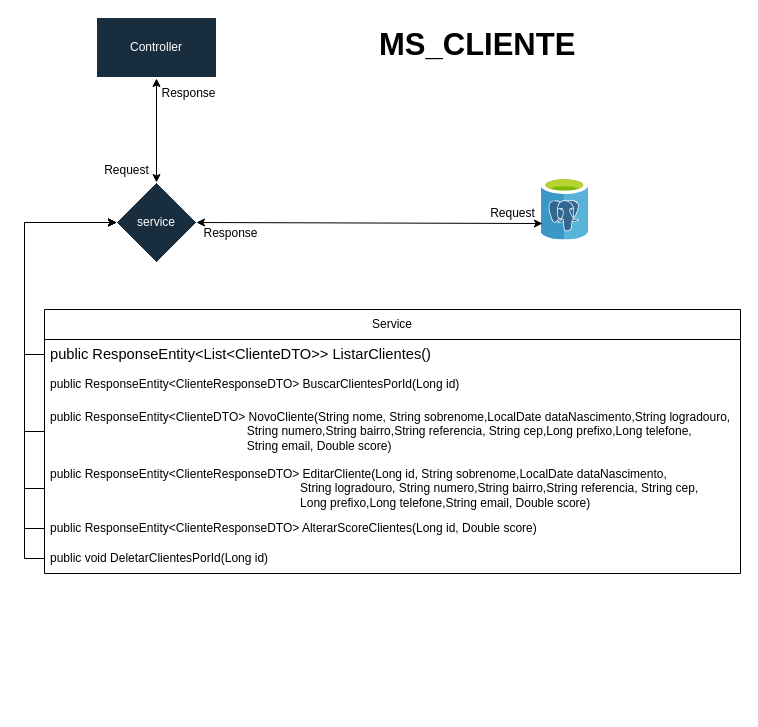
Before: page "Diagrama de funcionamento Ms_Cliente" (4 of 6) of Doc/Diagrama de Funcionamento.drawio in marcelquin/new-Backend-project-Services-FullStack, a draw.io diagram. Source tidied: cells renumbered, new cells numbered last; positions are measured from the earlier drawing's top-left corner, leaving out a move shared by most shapes. Both pictures are drawn from the tidied source at 100%, with x=0, y=0 at pixel (44, 17).
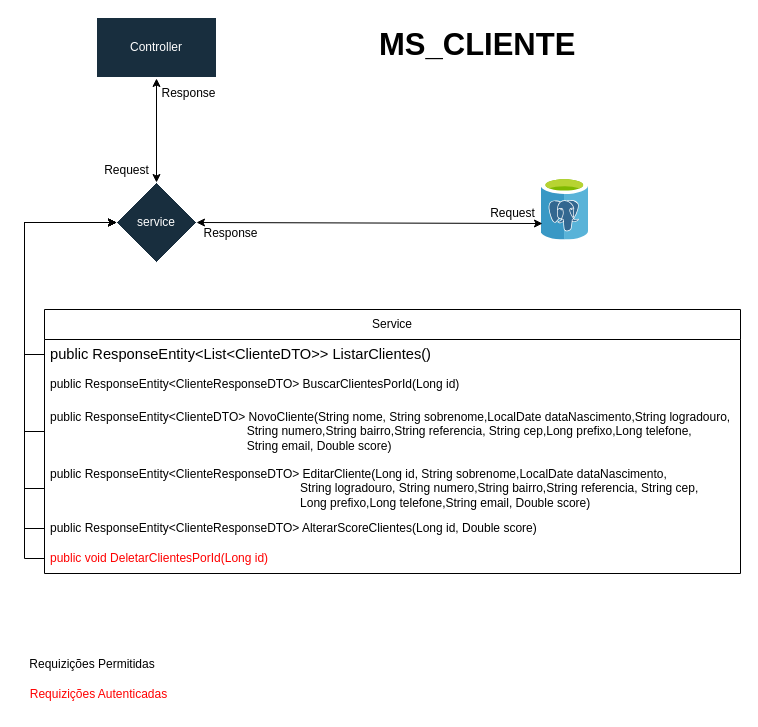
The same page after the edit.

Unchanged cells that the change refers to:
```xml
<mxCell id="6" value="Service" style="swimlane;fontStyle=0;horizontal=1;startSize=30;whiteSpace=wrap;html=1;" parent="1" vertex="1">
  <mxGeometry y="292" width="696" height="264" as="geometry" />
</mxCell>
```

What changed in the source:
```diff
@@
-    <mxCell id="12" value="public void DeletarClientesPorId(Long id)" style="text;strokeColor=none;fillColor=none;align=left;verticalAlign=middle;spacingLeft=4;spacingRight=4;overflow=hidden;points=[[0,0.5],[1,0.5]];portConstraint=eastwest;whiteSpace=wrap;html=1;" parent="6" vertex="1">
+    <mxCell id="12" value="&lt;font color=&quot;#ff0000&quot;&gt;public void DeletarClientesPorId(Long id)&lt;/font&gt;" style="text;strokeColor=none;fillColor=none;align=left;verticalAlign=middle;spacingLeft=4;spacingRight=4;overflow=hidden;points=[[0,0.5],[1,0.5]];portConstraint=eastwest;whiteSpace=wrap;html=1;" parent="6" vertex="1">
       <mxGeometry y="234" width="696" height="30" as="geometry" />
     </mxCell>
@@
+    <mxCell id="25" value="Requizições Permitidas" style="text;html=1;align=center;verticalAlign=middle;whiteSpace=wrap;rounded=0;" parent="1" vertex="1">
+      <mxGeometry x="-21" y="632" width="138" height="30" as="geometry" />
+    </mxCell>
+    <mxCell id="26" value="&lt;font color=&quot;#ff0000&quot;&gt;Requizições Autenticadas&lt;/font&gt;" style="text;html=1;align=center;verticalAlign=middle;whiteSpace=wrap;rounded=0;" parent="1" vertex="1">
+      <mxGeometry x="-25" y="662" width="159" height="30" as="geometry" />
+    </mxCell>
```
